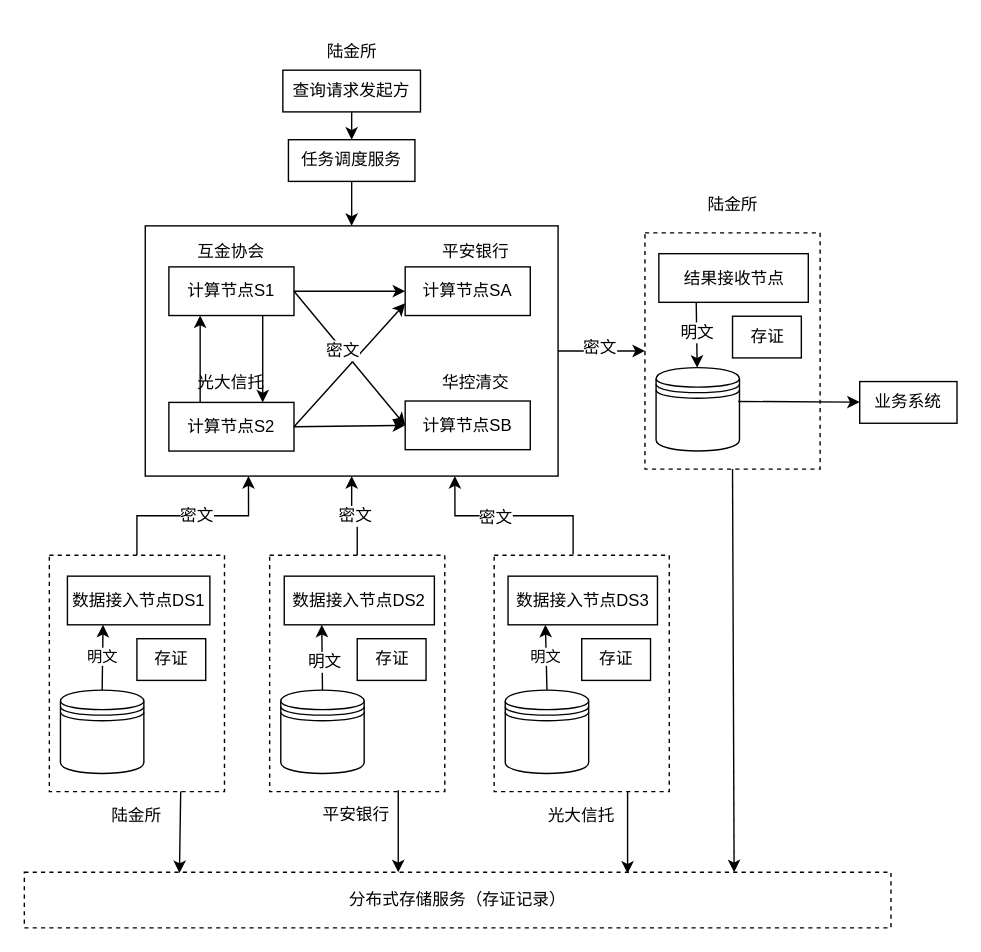
Above: fintech.drawio in yankaili2006/drawing_io (draw.io), before the change. Source tidied: cells renumbered, new cells numbered last; positions are measured from the earlier drawing's top-left corner, leaving out a move shared by most shapes. Both pictures are drawn from the tidied source at 139%, with x=0, y=0 at pixel (24, 38).
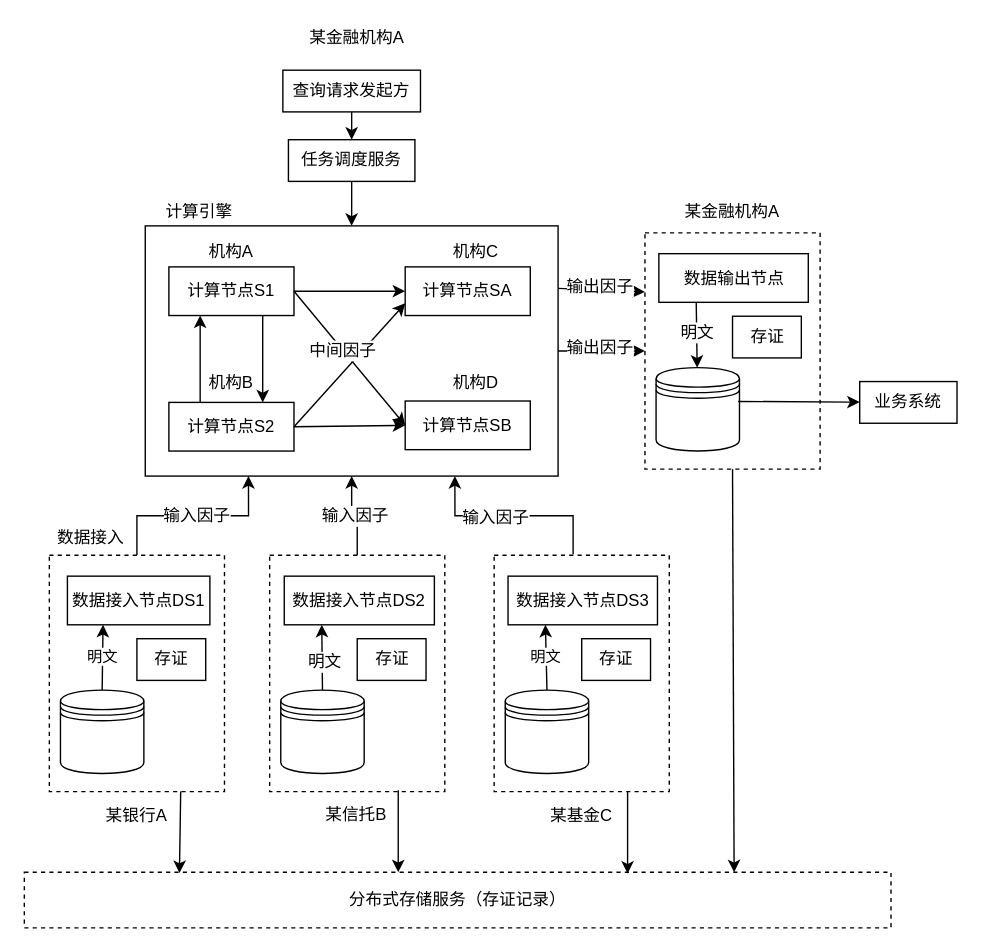
After the change.

Unchanged cells that the change refers to:
```xml
<mxCell id="3" style="rounded=0;whiteSpace=wrap;html=1;fillColor=none;labelPosition=center;verticalLabelPosition=middle;align=center;verticalAlign=middle;" parent="1" vertex="1">
  <mxGeometry x="87" y="135" width="297" height="180" as="geometry" />
</mxCell>
<mxCell id="5" style="edgeStyle=orthogonalEdgeStyle;rounded=0;jettySize=auto;html=1;entryX=0.25;entryY=1;entryDx=0;entryDy=0;exitX=0.5;exitY=0;exitDx=0;exitDy=0;" parent="1" edge="1" source="35" target="3">
  <mxGeometry relative="1" as="geometry" />
</mxCell>
<mxCell id="9" style="edgeStyle=orthogonalEdgeStyle;rounded=0;jettySize=auto;html=1;entryX=0.75;entryY=1;entryDx=0;entryDy=0;exitX=0.451;exitY=-0.004;exitDx=0;exitDy=0;exitPerimeter=0;" parent="1" edge="1" source="41" target="3">
  <mxGeometry relative="1" as="geometry" />
</mxCell>
<mxCell id="25" style="endArrow=classic;html=1;exitX=1;exitY=0.5;exitDx=0;exitDy=0;entryX=0;entryY=0.5;entryDx=0;entryDy=0;" parent="1" edge="1" source="16" target="19">
  <mxGeometry relative="1" as="geometry" />
</mxCell>
<mxCell id="47" style="edgeStyle=orthogonalEdgeStyle;rounded=0;jettySize=auto;html=1;entryX=0.5;entryY=1;entryDx=0;entryDy=0;" parent="1" edge="1" source="2" target="3">
  <mxGeometry relative="1" as="geometry" />
</mxCell>
<mxCell id="50" style="rounded=0;whiteSpace=wrap;html=1;dashed=1;" parent="1" vertex="1">
  <mxGeometry x="446.5" y="140" width="126" height="170" as="geometry" />
</mxCell>
```

Diff of the diagram source:
```diff
@@
-    <mxCell id="6" value="密文" style="text;html=1;align=center;verticalAlign=middle;labelBackgroundColor=#ffffff;" parent="5" vertex="1">
+    <mxCell id="6" value="输入因子" style="text;html=1;align=center;verticalAlign=middle;labelBackgroundColor=#ffffff;" parent="5" vertex="1">
       <mxGeometry x="0.04" relative="1" as="geometry" />
     </mxCell>
@@
-    <mxCell id="10" value="密文" style="text;html=1;align=center;verticalAlign=middle;labelBackgroundColor=#ffffff;" parent="9" vertex="1">
+    <mxCell id="10" value="输入因子" style="text;html=1;align=center;verticalAlign=middle;labelBackgroundColor=#ffffff;" parent="9" vertex="1">
       <mxGeometry x="0.19" y="1" relative="1" as="geometry" />
     </mxCell>
@@
-    <mxCell id="13" style="endArrow=classic;html=1;entryX=0;entryY=0.5;entryDx=0;entryDy=0;exitX=1;exitY=0.5;exitDx=0;exitDy=0;" parent="1" edge="1" source="3" target="50">
+    <mxCell id="13" style="endArrow=classic;html=1;entryX=0;entryY=0.5;entryDx=0;entryDy=0;" parent="1" edge="1" source="3" target="50">
       <mxGeometry relative="1" as="geometry" />
     </mxCell>
-    <mxCell id="14" value="密文" style="text;html=1;align=center;verticalAlign=middle;labelBackgroundColor=#ffffff;" parent="13" vertex="1">
+    <mxCell id="14" value="输出因子" style="text;html=1;align=center;verticalAlign=middle;labelBackgroundColor=#ffffff;" parent="13" vertex="1">
       <mxGeometry x="-0.06" y="3" relative="1" as="geometry" />
     </mxCell>
@@
-    <mxCell id="26" value="密文" style="text;html=1;align=center;verticalAlign=middle;labelBackgroundColor=#ffffff;" parent="25" vertex="1">
+    <mxCell id="26" value="中间因子" style="text;html=1;align=center;verticalAlign=middle;labelBackgroundColor=#ffffff;" parent="25" vertex="1">
       <mxGeometry x="-0.13" y="-1" relative="1" as="geometry" />
     </mxCell>
-    <mxCell id="27" value="华控清交" style="text;html=1;strokeColor=none;fillColor=none;align=center;verticalAlign=middle;whiteSpace=wrap;rounded=0;" parent="1" vertex="1">
+    <mxCell id="27" value="机构D" style="text;html=1;strokeColor=none;fillColor=none;align=center;verticalAlign=middle;whiteSpace=wrap;rounded=0;" parent="1" vertex="1">
       <mxGeometry x="295" y="238" width="60" height="20" as="geometry" />
     </mxCell>
-    <mxCell id="28" value="平安银行" style="text;html=1;strokeColor=none;fillColor=none;align=center;verticalAlign=middle;whiteSpace=wrap;rounded=0;" parent="1" vertex="1">
+    <mxCell id="28" value="机构C" style="text;html=1;strokeColor=none;fillColor=none;align=center;verticalAlign=middle;whiteSpace=wrap;rounded=0;" parent="1" vertex="1">
       <mxGeometry x="295" y="143.5" width="60" height="20" as="geometry" />
     </mxCell>
-    <mxCell id="29" value="互金协会" style="text;html=1;strokeColor=none;fillColor=none;align=center;verticalAlign=middle;whiteSpace=wrap;rounded=0;" parent="1" vertex="1">
+    <mxCell id="29" value="机构A" style="text;html=1;strokeColor=none;fillColor=none;align=center;verticalAlign=middle;whiteSpace=wrap;rounded=0;" parent="1" vertex="1">
       <mxGeometry x="119" y="143.5" width="60" height="20" as="geometry" />
     </mxCell>
-    <mxCell id="30" value="光大信托" style="text;html=1;strokeColor=none;fillColor=none;align=center;verticalAlign=middle;whiteSpace=wrap;rounded=0;" parent="1" vertex="1">
+    <mxCell id="30" value="机构B" style="text;html=1;strokeColor=none;fillColor=none;align=center;verticalAlign=middle;whiteSpace=wrap;rounded=0;" parent="1" vertex="1">
       <mxGeometry x="119" y="238" width="60" height="20" as="geometry" />
     </mxCell>
@@
-    <mxCell id="34" value="平安银行" style="text;html=1;strokeColor=none;fillColor=none;align=center;verticalAlign=middle;whiteSpace=wrap;rounded=0;" parent="1" vertex="1">
+    <mxCell id="34" value="某信托B" style="text;html=1;strokeColor=none;fillColor=none;align=center;verticalAlign=middle;whiteSpace=wrap;rounded=0;" parent="1" vertex="1">
       <mxGeometry x="209" y="549" width="60" height="20" as="geometry" />
     </mxCell>
@@
-    <mxCell id="40" value="陆金所" style="text;html=1;strokeColor=none;fillColor=none;align=center;verticalAlign=middle;whiteSpace=wrap;rounded=0;" parent="1" vertex="1">
+    <mxCell id="40" value="某银行A" style="text;html=1;strokeColor=none;fillColor=none;align=center;verticalAlign=middle;whiteSpace=wrap;rounded=0;" parent="1" vertex="1">
       <mxGeometry x="50.5" y="550" width="60" height="20" as="geometry" />
     </mxCell>
@@
-    <mxCell id="46" value="光大信托" style="text;html=1;strokeColor=none;fillColor=none;align=center;verticalAlign=middle;whiteSpace=wrap;rounded=0;" parent="1" vertex="1">
+    <mxCell id="46" value="某基金C" style="text;html=1;strokeColor=none;fillColor=none;align=center;verticalAlign=middle;whiteSpace=wrap;rounded=0;" parent="1" vertex="1">
       <mxGeometry x="370.5" y="550" width="60" height="20" as="geometry" />
     </mxCell>
@@
-    <mxCell id="48" value="密文" style="text;html=1;align=center;verticalAlign=middle;labelBackgroundColor=#ffffff;" parent="47" vertex="1">
+    <mxCell id="48" value="输入因子" style="text;html=1;align=center;verticalAlign=middle;labelBackgroundColor=#ffffff;" parent="47" vertex="1">
       <mxGeometry x="0.02" relative="1" as="geometry" />
     </mxCell>
-    <mxCell id="49" value="陆金所" style="text;html=1;strokeColor=none;fillColor=none;align=center;verticalAlign=middle;whiteSpace=wrap;rounded=0;" parent="1" vertex="1">
-      <mxGeometry x="205.5" width="60" height="20" as="geometry" />
+    <mxCell id="49" value="某金融机构A" style="text;html=1;strokeColor=none;fillColor=none;align=center;verticalAlign=middle;whiteSpace=wrap;rounded=0;" parent="1" vertex="1">
+      <mxGeometry x="194.8" y="-10" width="88.5" height="20" as="geometry" />
     </mxCell>
@@
-    <mxCell id="51" value="结果接收节点" style="rounded=0;whiteSpace=wrap;html=1;" parent="1" vertex="1">
+    <mxCell id="51" value="数据输出节点" style="rounded=0;whiteSpace=wrap;html=1;" parent="1" vertex="1">
       <mxGeometry x="456.5" y="155" width="107.5" height="35" as="geometry" />
     </mxCell>
@@
-    <mxCell id="56" value="陆金所" style="text;html=1;strokeColor=none;fillColor=none;align=center;verticalAlign=middle;whiteSpace=wrap;rounded=0;" parent="1" vertex="1">
-      <mxGeometry x="479.5" y="110" width="60" height="20" as="geometry" />
+    <mxCell id="56" value="某金融机构A" style="text;html=1;strokeColor=none;fillColor=none;align=center;verticalAlign=middle;whiteSpace=wrap;rounded=0;" parent="1" vertex="1">
+      <mxGeometry x="462.2" y="115" width="94.5" height="20" as="geometry" />
     </mxCell>
@@
+    <mxCell id="64" value="计算引擎" style="text;html=1;strokeColor=none;fillColor=none;align=center;verticalAlign=middle;whiteSpace=wrap;rounded=0;" parent="1" vertex="1">
+      <mxGeometry x="86" y="115" width="79.5" height="20" as="geometry" />
+    </mxCell>
+    <mxCell id="65" value="数据接入" style="text;html=1;strokeColor=none;fillColor=none;align=center;verticalAlign=middle;whiteSpace=wrap;rounded=0;" parent="1" vertex="1">
+      <mxGeometry x="7.5" y="350" width="79.5" height="20" as="geometry" />
+    </mxCell>
+    <mxCell id="66" style="endArrow=classic;html=1;entryX=0;entryY=0.25;entryDx=0;entryDy=0;exitX=1;exitY=0.25;exitDx=0;exitDy=0;" parent="1" edge="1" source="3" target="50">
+      <mxGeometry relative="1" as="geometry" />
+    </mxCell>
+    <mxCell id="67" value="输出因子" style="text;html=1;align=center;verticalAlign=middle;labelBackgroundColor=#ffffff;" parent="66" vertex="1">
+      <mxGeometry x="-0.06" y="3" relative="1" as="geometry" />
+    </mxCell>
```
